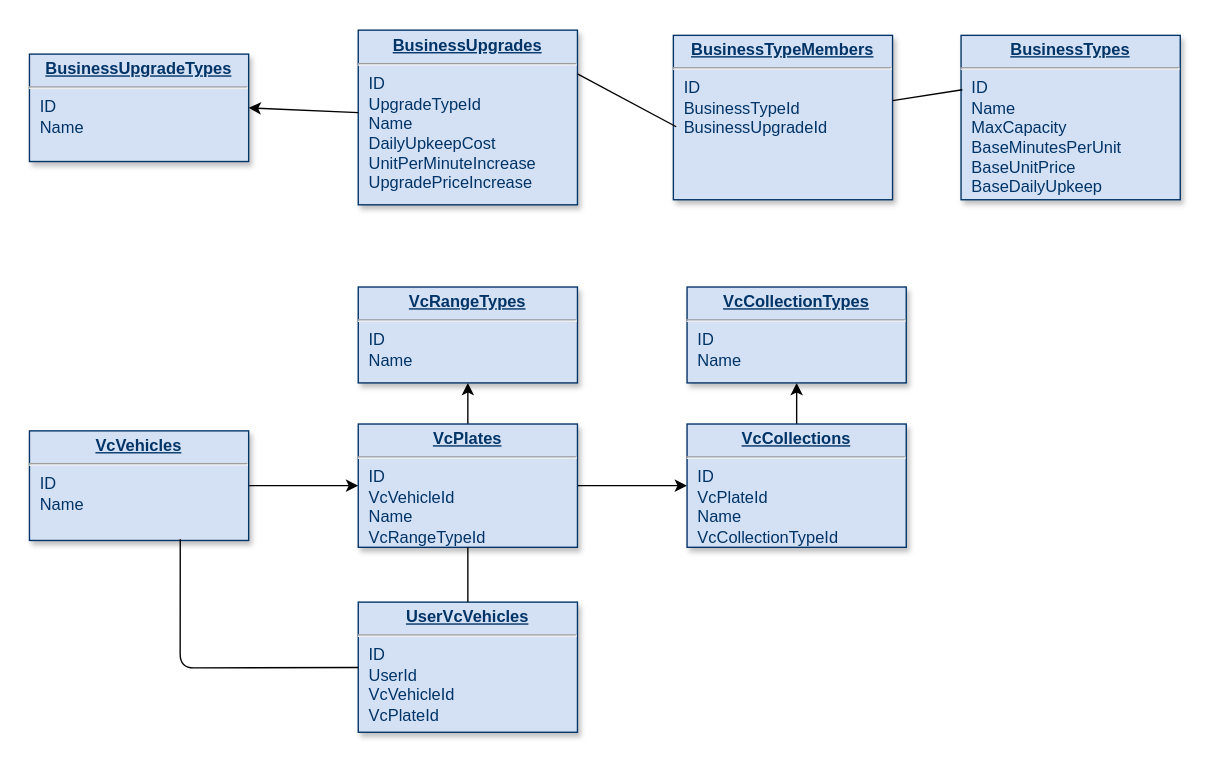
Before: Documentation/DB Diagram.drawio in Taegost/GtaOnlineHelper, a draw.io diagram. Source tidied: cells renumbered, new cells numbered last; positions are measured from the earlier drawing's top-left corner, leaving out a move shared by most shapes. Both pictures are drawn from the tidied source at 137%, with x=0, y=0 at pixel (29, 29).
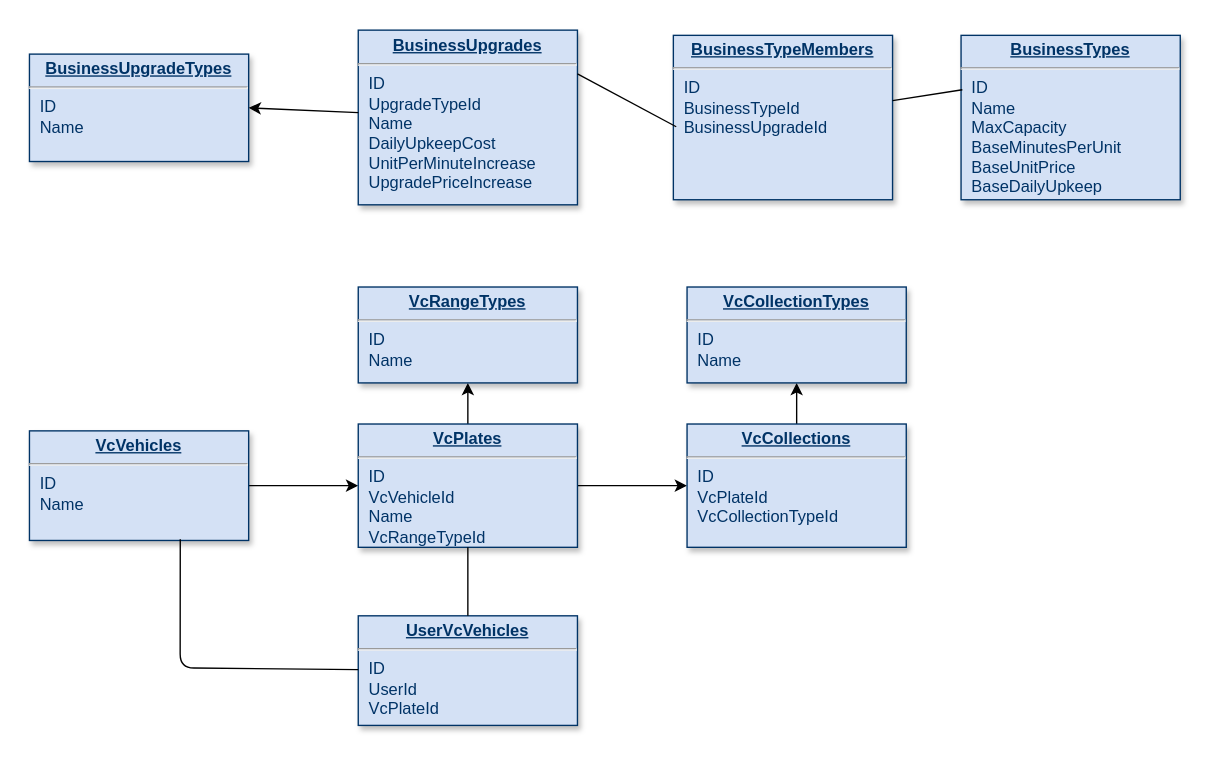
After the change.

The edit, as a diff of the source:
```diff
@@
-    <mxCell id="16" value="&lt;p style=&quot;margin: 0px ; margin-top: 4px ; text-align: center ; text-decoration: underline&quot;&gt;&lt;strong&gt;VcCollections&lt;/strong&gt;&lt;/p&gt;&lt;hr&gt;&lt;p style=&quot;margin: 0px ; margin-left: 8px&quot;&gt;ID&lt;/p&gt;&lt;p style=&quot;margin: 0px ; margin-left: 8px&quot;&gt;VcPlateId&lt;/p&gt;&lt;p style=&quot;margin: 0px ; margin-left: 8px&quot;&gt;Name&lt;/p&gt;&lt;p style=&quot;margin: 0px ; margin-left: 8px&quot;&gt;VcCollectionTypeId&lt;/p&gt;" style="verticalAlign=top;align=left;overflow=fill;fontSize=12;fontFamily=Helvetica;html=1;strokeColor=#003366;shadow=1;fillColor=#D4E1F5;fontColor=#003366;" parent="1" vertex="1">
+    <mxCell id="16" value="&lt;p style=&quot;margin: 0px ; margin-top: 4px ; text-align: center ; text-decoration: underline&quot;&gt;&lt;strong&gt;VcCollections&lt;/strong&gt;&lt;/p&gt;&lt;hr&gt;&lt;p style=&quot;margin: 0px ; margin-left: 8px&quot;&gt;ID&lt;/p&gt;&lt;p style=&quot;margin: 0px ; margin-left: 8px&quot;&gt;VcPlateId&lt;/p&gt;&lt;p style=&quot;margin: 0px ; margin-left: 8px&quot;&gt;VcCollectionTypeId&lt;/p&gt;" style="verticalAlign=top;align=left;overflow=fill;fontSize=12;fontFamily=Helvetica;html=1;strokeColor=#003366;shadow=1;fillColor=#D4E1F5;fontColor=#003366;" parent="1" vertex="1">
       <mxGeometry x="480" y="288" width="160" height="90" as="geometry" />
     </mxCell>
@@
-    <mxCell id="18" value="&lt;p style=&quot;margin: 0px ; margin-top: 4px ; text-align: center ; text-decoration: underline&quot;&gt;&lt;strong&gt;UserVcVehicles&lt;/strong&gt;&lt;/p&gt;&lt;hr&gt;&lt;p style=&quot;margin: 0px ; margin-left: 8px&quot;&gt;ID&lt;/p&gt;&lt;p style=&quot;margin: 0px ; margin-left: 8px&quot;&gt;UserId&lt;/p&gt;&lt;p style=&quot;margin: 0px ; margin-left: 8px&quot;&gt;VcVehicleId&lt;/p&gt;&lt;p style=&quot;margin: 0px ; margin-left: 8px&quot;&gt;VcPlateId&lt;/p&gt;" style="verticalAlign=top;align=left;overflow=fill;fontSize=12;fontFamily=Helvetica;html=1;strokeColor=#003366;shadow=1;fillColor=#D4E1F5;fontColor=#003366;" parent="1" vertex="1">
-      <mxGeometry x="240" y="418" width="160" height="95" as="geometry" />
+    <mxCell id="18" value="&lt;p style=&quot;margin: 0px ; margin-top: 4px ; text-align: center ; text-decoration: underline&quot;&gt;&lt;strong&gt;UserVcVehicles&lt;/strong&gt;&lt;/p&gt;&lt;hr&gt;&lt;p style=&quot;margin: 0px ; margin-left: 8px&quot;&gt;ID&lt;/p&gt;&lt;p style=&quot;margin: 0px ; margin-left: 8px&quot;&gt;UserId&lt;/p&gt;&lt;p style=&quot;margin: 0px ; margin-left: 8px&quot;&gt;&lt;span&gt;VcPlateId&lt;/span&gt;&lt;br&gt;&lt;/p&gt;" style="verticalAlign=top;align=left;overflow=fill;fontSize=12;fontFamily=Helvetica;html=1;strokeColor=#003366;shadow=1;fillColor=#D4E1F5;fontColor=#003366;" parent="1" vertex="1">
+      <mxGeometry x="240" y="428" width="160" height="80" as="geometry" />
     </mxCell>
```
